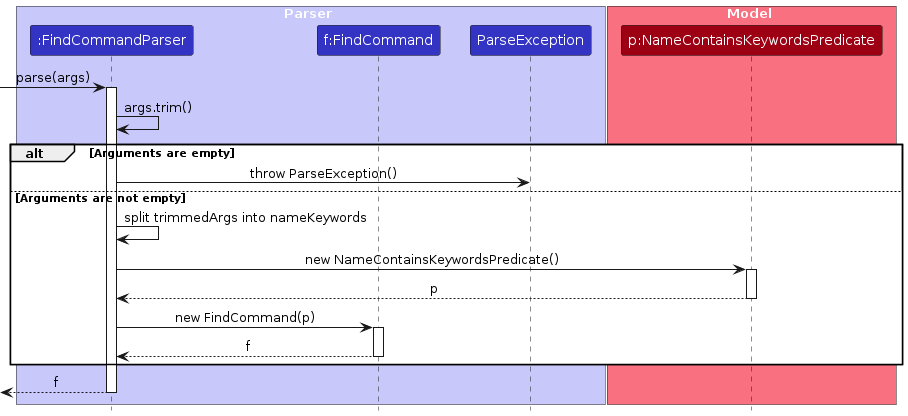
Earlier version of the PlantUML export diagrams/FindParseSequenceDiagram.png (AY2425-CS2103T-T09-4/tp). Its source is kept beside it as diagrams/FindParseSequenceDiagram.puml. Its diagram source:
```plantuml
@startuml
!include style.puml
skinparam ArrowFontStyle plain

box Parser LOGIC_COLOR_T1
participant ":FindCommandParser" as FindCommandParser LOGIC_COLOR
participant "f:FindCommand" as FindCommand LOGIC_COLOR
participant "ParseException" as ParseException LOGIC_COLOR
end box

box Model MODEL_COLOR_T1
participant "p:NameContainsKeywordsPredicate" as Predicate MODEL_COLOR
end box

[-> FindCommandParser : parse(args)
activate FindCommandParser

FindCommandParser -> FindCommandParser : args.trim()
alt Arguments are empty
    FindCommandParser -> ParseException : throw ParseException()

else Arguments are not empty
    FindCommandParser -> FindCommandParser : split trimmedArgs into nameKeywords
    FindCommandParser -> Predicate : new NameContainsKeywordsPredicate()
    activate Predicate
    Predicate --> FindCommandParser : p
    deactivate Predicate

    FindCommandParser -> FindCommand : new FindCommand(p)
    activate FindCommand
    FindCommand --> FindCommandParser : f
    deactivate FindCommand
end

<-- FindCommandParser : f
deactivate FindCommandParser

@enduml
```
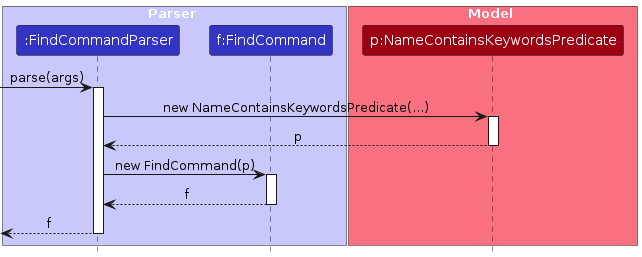
After the change.

What changed in the source:
```diff
@@ -5,7 +5,6 @@
 box Parser LOGIC_COLOR_T1
 participant ":FindCommandParser" as FindCommandParser LOGIC_COLOR
 participant "f:FindCommand" as FindCommand LOGIC_COLOR
-participant "ParseException" as ParseException LOGIC_COLOR
 end box
 
 box Model MODEL_COLOR_T1
@@ -15,22 +14,16 @@
 [-> FindCommandParser : parse(args)
 activate FindCommandParser
 
-FindCommandParser -> FindCommandParser : args.trim()
-alt Arguments are empty
-    FindCommandParser -> ParseException : throw ParseException()
 
-else Arguments are not empty
-    FindCommandParser -> FindCommandParser : split trimmedArgs into nameKeywords
-    FindCommandParser -> Predicate : new NameContainsKeywordsPredicate()
-    activate Predicate
-    Predicate --> FindCommandParser : p
-    deactivate Predicate
+FindCommandParser -> Predicate : new NameContainsKeywordsPredicate(...)
+activate Predicate
+Predicate --> FindCommandParser : p
+deactivate Predicate
 
-    FindCommandParser -> FindCommand : new FindCommand(p)
-    activate FindCommand
-    FindCommand --> FindCommandParser : f
-    deactivate FindCommand
-end
+FindCommandParser -> FindCommand : new FindCommand(p)
+activate FindCommand
+FindCommand --> FindCommandParser : f
+deactivate FindCommand
 
 <-- FindCommandParser : f
 deactivate FindCommandParser
```
